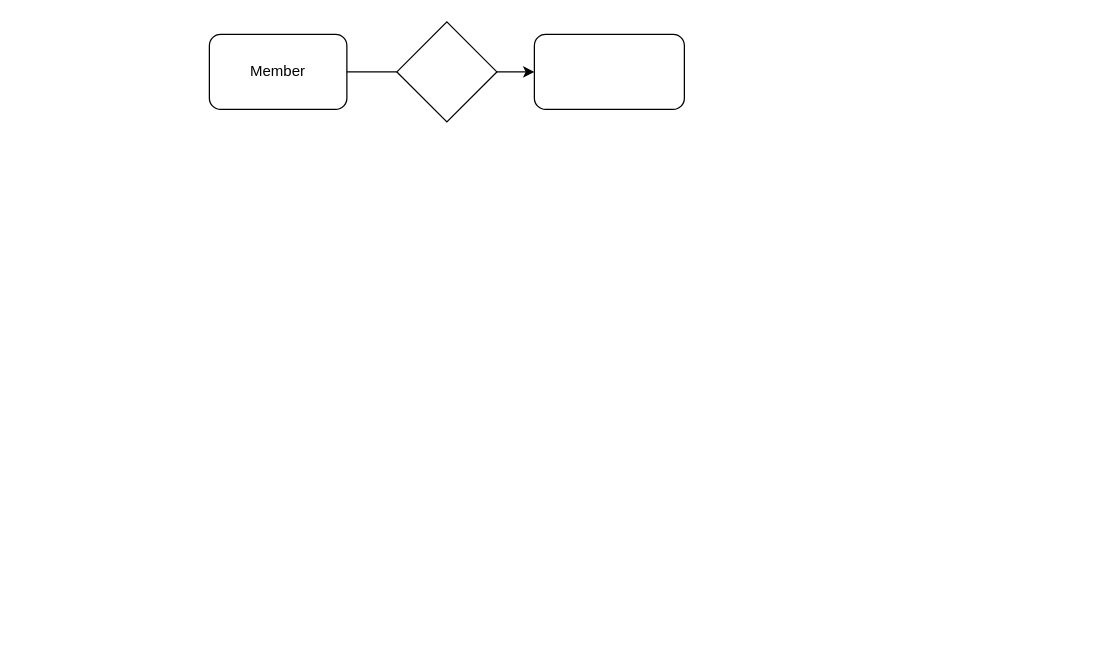
This is bot/boterd.drawio from bhavesh622/MCA, a draw.io file, before an edit. Source tidied: cells renumbered, new cells numbered last; positions are measured from the earlier drawing's top-left corner, leaving out a move shared by most shapes. Both pictures are drawn from the tidied source at 125%, with x=0, y=0 at pixel (209, 21).
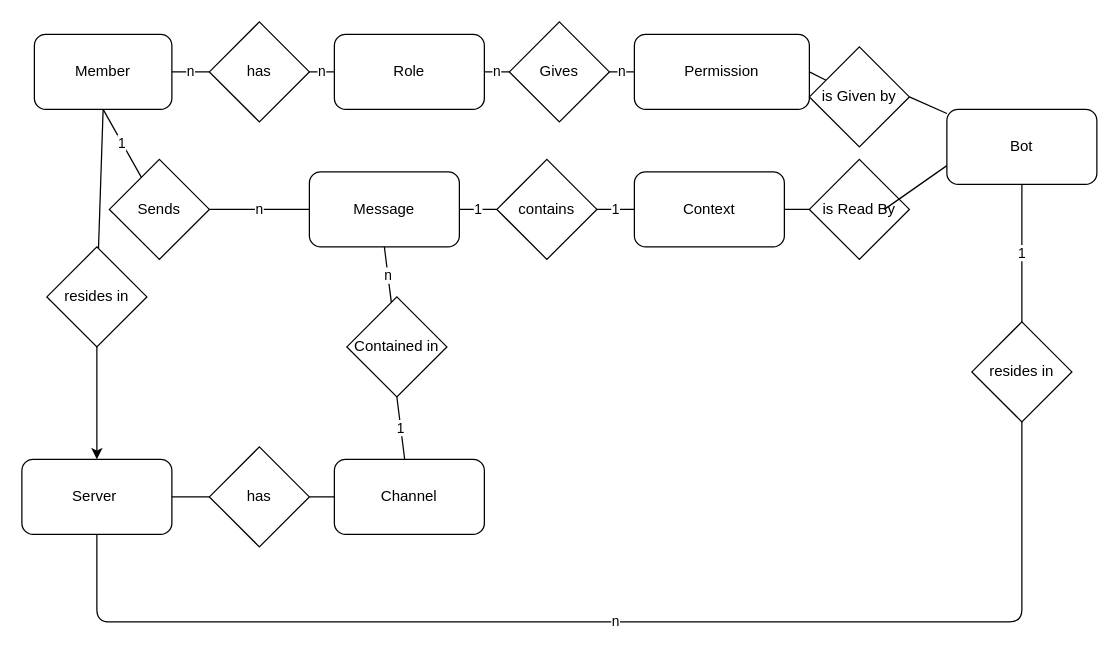
The same page after the edit.

Diff of the diagram source:
```diff
@@
-    <mxCell id="2" style="edgeStyle=none;html=1;startArrow=none;" parent="1" edge="1" source="5" target="4">
-      <mxGeometry relative="1" as="geometry" />
-    </mxCell>
     <mxCell id="3" value="Member" style="rounded=1;whiteSpace=wrap;html=1;" parent="1" vertex="1">
-      <mxGeometry y="10" width="110" height="60" as="geometry" />
+      <mxGeometry x="-140" y="10" width="110" height="60" as="geometry" />
     </mxCell>
-    <mxCell id="4" style="rounded=1;whiteSpace=wrap;html=1;" parent="1" vertex="1">
-      <mxGeometry x="260" y="10" width="120" height="60" as="geometry" />
+    <mxCell id="4" value="Role" style="rounded=1;whiteSpace=wrap;html=1;" parent="1" vertex="1">
+      <mxGeometry x="100" y="10" width="120" height="60" as="geometry" />
     </mxCell>
-    <mxCell id="5" style="rhombus;whiteSpace=wrap;html=1;" parent="1" vertex="1">
-      <mxGeometry x="150" width="80" height="80" as="geometry" />
+    <mxCell id="5" value="has" style="rhombus;whiteSpace=wrap;html=1;" parent="1" vertex="1">
+      <mxGeometry width="80" height="80" as="geometry" />
     </mxCell>
-    <mxCell id="6" style="edgeStyle=none;html=1;endArrow=none;" parent="1" edge="1" source="3" target="5">
-      <mxGeometry relative="1" as="geometry" />
-    </mxCell>
+    <mxCell id="7" value="Gives" style="rhombus;whiteSpace=wrap;html=1;" parent="1" vertex="1">
+      <mxGeometry x="240" width="80" height="80" as="geometry" />
+    </mxCell>
+    <mxCell id="8" value="Permission" style="rounded=1;whiteSpace=wrap;html=1;" parent="1" vertex="1">
+      <mxGeometry x="340" y="10" width="140" height="60" as="geometry" />
+    </mxCell>
+    <mxCell id="9" value="Sends" style="rhombus;whiteSpace=wrap;html=1;" parent="1" vertex="1">
+      <mxGeometry x="-80" y="110" width="80" height="80" as="geometry" />
+    </mxCell>
+    <mxCell id="10" value="n" style="endArrow=none;html=1;" parent="1" edge="1" source="5">
+      <mxGeometry relative="1" as="geometry">
+        <mxPoint x="100" y="40" as="targetPoint" />
+      </mxGeometry>
+    </mxCell>
+    <mxCell id="11" value="n" style="endArrow=none;html=1;exitX=1;exitY=0.5;exitDx=0;exitDy=0;" parent="1" edge="1" source="3">
+      <mxGeometry relative="1" as="geometry">
+        <mxPoint y="40" as="targetPoint" />
+      </mxGeometry>
+    </mxCell>
+    <mxCell id="12" value="n" style="endArrow=none;html=1;entryX=0;entryY=0.5;entryDx=0;entryDy=0;exitX=1;exitY=0.5;exitDx=0;exitDy=0;" parent="1" edge="1" source="4" target="7">
+      <mxGeometry relative="1" as="geometry" />
+    </mxCell>
+    <mxCell id="13" value="n" style="endArrow=none;html=1;entryX=0;entryY=0.5;entryDx=0;entryDy=0;exitX=1;exitY=0.5;exitDx=0;exitDy=0;" parent="1" edge="1" source="7" target="8">
+      <mxGeometry relative="1" as="geometry" />
+    </mxCell>
+    <mxCell id="14" value="1" style="endArrow=none;html=1;exitX=0.5;exitY=1;exitDx=0;exitDy=0;" parent="1" edge="1" source="3" target="9">
+      <mxGeometry relative="1" as="geometry" />
+    </mxCell>
+    <mxCell id="15" value="n" style="endArrow=none;html=1;exitX=1;exitY=0.5;exitDx=0;exitDy=0;entryX=0;entryY=0.5;entryDx=0;entryDy=0;" parent="1" edge="1" source="9" target="16">
+      <mxGeometry relative="1" as="geometry" />
+    </mxCell>
+    <mxCell id="16" value="Message" style="rounded=1;whiteSpace=wrap;html=1;" parent="1" vertex="1">
+      <mxGeometry x="80" y="120" width="120" height="60" as="geometry" />
+    </mxCell>
+    <mxCell id="17" value="1" style="endArrow=none;html=1;exitX=1;exitY=0.5;exitDx=0;exitDy=0;entryX=0;entryY=0.5;entryDx=0;entryDy=0;" parent="1" edge="1" source="16" target="18">
+      <mxGeometry relative="1" as="geometry" />
+    </mxCell>
+    <mxCell id="18" value="contains" style="rhombus;whiteSpace=wrap;html=1;" parent="1" vertex="1">
+      <mxGeometry x="230" y="110" width="80" height="80" as="geometry" />
+    </mxCell>
+    <mxCell id="19" value="Context" style="rounded=1;whiteSpace=wrap;html=1;" parent="1" vertex="1">
+      <mxGeometry x="340" y="120" width="120" height="60" as="geometry" />
+    </mxCell>
+    <mxCell id="20" value="1" style="endArrow=none;html=1;entryX=0;entryY=0.5;entryDx=0;entryDy=0;" parent="1" edge="1" source="18" target="19">
+      <mxGeometry relative="1" as="geometry" />
+    </mxCell>
+    <mxCell id="21" value="Server&amp;nbsp;&lt;br&gt;" style="rounded=1;whiteSpace=wrap;html=1;" parent="1" vertex="1">
+      <mxGeometry x="-150" y="350" width="120" height="60" as="geometry" />
+    </mxCell>
+    <mxCell id="22" style="endArrow=none;html=1;exitX=1;exitY=0.5;exitDx=0;exitDy=0;startArrow=none;" parent="1" edge="1" source="24" target="23">
+      <mxGeometry relative="1" as="geometry" />
+    </mxCell>
+    <mxCell id="23" value="Channel" style="rounded=1;whiteSpace=wrap;html=1;" parent="1" vertex="1">
+      <mxGeometry x="100" y="350" width="120" height="60" as="geometry" />
+    </mxCell>
+    <mxCell id="24" value="has" style="rhombus;whiteSpace=wrap;html=1;" parent="1" vertex="1">
+      <mxGeometry y="340" width="80" height="80" as="geometry" />
+    </mxCell>
+    <mxCell id="25" style="endArrow=none;html=1;exitX=1;exitY=0.5;exitDx=0;exitDy=0;" parent="1" edge="1" source="21" target="24">
+      <mxGeometry relative="1" as="geometry" />
+    </mxCell>
+    <mxCell id="26" value="n" style="endArrow=none;html=1;entryX=0.5;entryY=1;entryDx=0;entryDy=0;startArrow=none;" parent="1" edge="1" source="27" target="16">
+      <mxGeometry relative="1" as="geometry" />
+    </mxCell>
+    <mxCell id="27" value="Contained in" style="rhombus;whiteSpace=wrap;html=1;" parent="1" vertex="1">
+      <mxGeometry x="110" y="220" width="80" height="80" as="geometry" />
+    </mxCell>
+    <mxCell id="28" value="1" style="endArrow=none;html=1;entryX=0.5;entryY=1;entryDx=0;entryDy=0;" parent="1" edge="1" source="23" target="27">
+      <mxGeometry relative="1" as="geometry" />
+    </mxCell>
+    <mxCell id="29" style="endArrow=none;html=1;entryX=1;entryY=0.5;entryDx=0;entryDy=0;startArrow=none;" parent="1" edge="1" source="32" target="19">
+      <mxGeometry relative="1" as="geometry" />
+    </mxCell>
+    <mxCell id="30" value="Bot" style="rounded=1;whiteSpace=wrap;html=1;" parent="1" vertex="1">
+      <mxGeometry x="590" y="70" width="120" height="60" as="geometry" />
+    </mxCell>
+    <mxCell id="31" style="endArrow=none;html=1;entryX=1;entryY=0.5;entryDx=0;entryDy=0;startArrow=none;" parent="1" edge="1" source="34" target="8">
+      <mxGeometry relative="1" as="geometry" />
+    </mxCell>
+    <mxCell id="32" value="is Read By" style="rhombus;whiteSpace=wrap;html=1;" parent="1" vertex="1">
+      <mxGeometry x="480" y="110" width="80" height="80" as="geometry" />
+    </mxCell>
+    <mxCell id="33" style="endArrow=none;html=1;entryX=0;entryY=0.75;entryDx=0;entryDy=0;" parent="1" edge="1" target="30">
+      <mxGeometry relative="1" as="geometry">
+        <mxPoint x="540" y="150" as="sourcePoint" />
+      </mxGeometry>
+    </mxCell>
+    <mxCell id="34" value="is Given by" style="rhombus;whiteSpace=wrap;html=1;" parent="1" vertex="1">
+      <mxGeometry x="480" y="20" width="80" height="80" as="geometry" />
+    </mxCell>
+    <mxCell id="35" style="endArrow=none;html=1;entryX=1;entryY=0.5;entryDx=0;entryDy=0;" parent="1" edge="1" source="30" target="34">
+      <mxGeometry relative="1" as="geometry" />
+    </mxCell>
+    <mxCell id="36" style="endArrow=none;html=1;exitX=0.5;exitY=1;exitDx=0;exitDy=0;" parent="1" edge="1" source="3" target="38">
+      <mxGeometry relative="1" as="geometry" />
+    </mxCell>
+    <mxCell id="37" style="edgeStyle=none;html=1;exitX=0.5;exitY=1;exitDx=0;exitDy=0;" parent="1" edge="1" source="38" target="21">
+      <mxGeometry relative="1" as="geometry" />
+    </mxCell>
+    <mxCell id="38" value="resides in" style="rhombus;whiteSpace=wrap;html=1;" parent="1" vertex="1">
+      <mxGeometry x="-130" y="180" width="80" height="80" as="geometry" />
+    </mxCell>
+    <mxCell id="39" value="1" style="endArrow=none;html=1;entryX=0.5;entryY=1;entryDx=0;entryDy=0;startArrow=none;" parent="1" edge="1" source="40" target="30">
+      <mxGeometry relative="1" as="geometry" />
+    </mxCell>
+    <mxCell id="40" value="resides in" style="rhombus;whiteSpace=wrap;html=1;" parent="1" vertex="1">
+      <mxGeometry x="610" y="240" width="80" height="80" as="geometry" />
+    </mxCell>
+    <mxCell id="41" value="n" style="endArrow=none;html=1;entryX=0.5;entryY=1;entryDx=0;entryDy=0;" parent="1" edge="1" target="40">
+      <mxGeometry relative="1" as="geometry">
+        <mxPoint x="-90" y="410" as="sourcePoint" />
+        <Array as="points">
+          <mxPoint x="-90" y="480" />
+          <mxPoint x="250" y="480" />
+          <mxPoint x="450" y="480" />
+          <mxPoint x="650" y="480" />
+        </Array>
+      </mxGeometry>
+    </mxCell>
```
